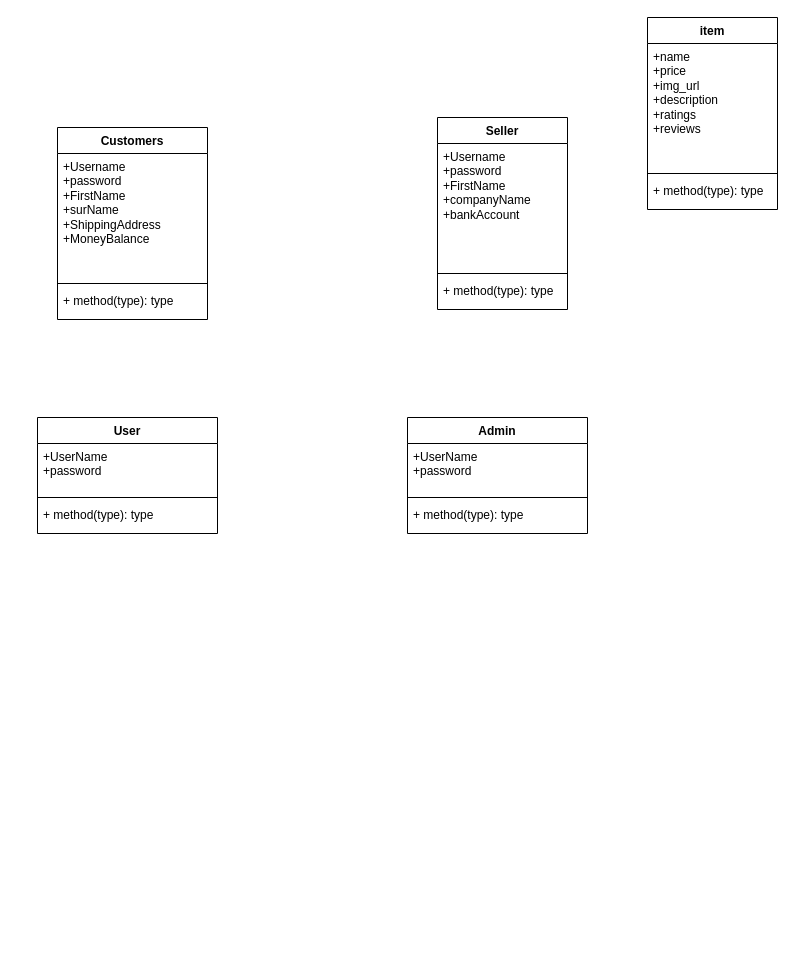
Above: uml_diagram/dji-diagram.drawio in CMPS350-Spring-2024/Phase-1 (draw.io), before the change. Source tidied: cells renumbered, new cells numbered last; positions are measured from the earlier drawing's top-left corner, leaving out a move shared by most shapes. Both pictures are drawn from the tidied source at 100%, with x=0, y=0 at pixel (37, 17).
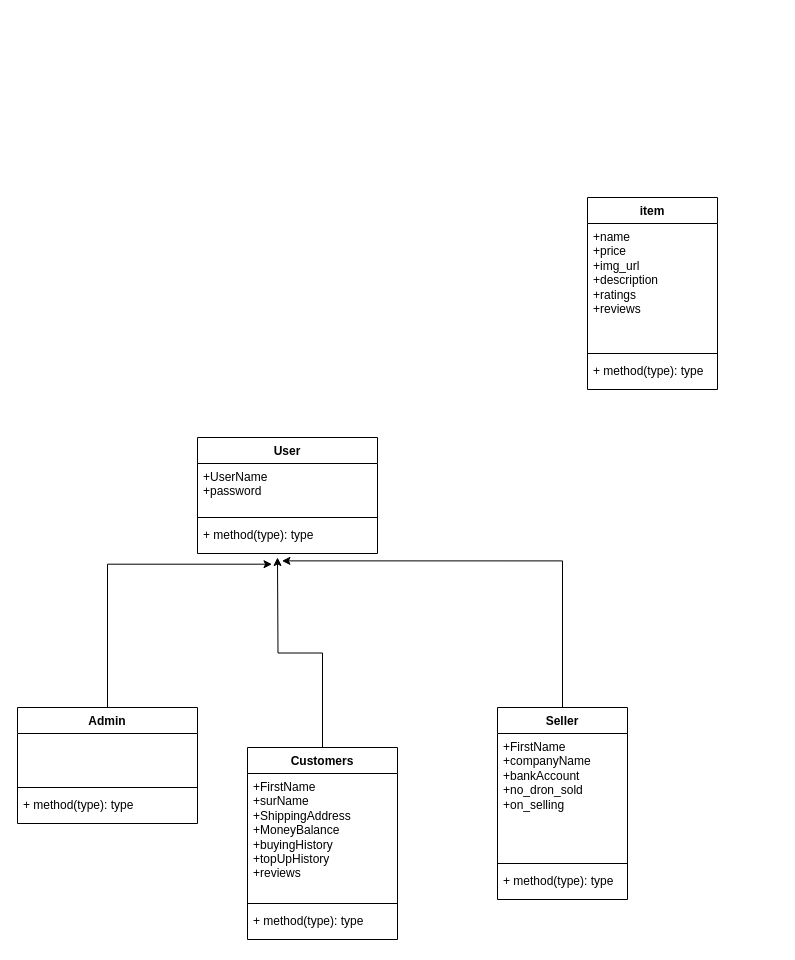
The same diagram, later.

The change refers to these unchanged cells:
```xml
<mxCell id="5" value="+ method(type): type" style="text;strokeColor=none;fillColor=none;align=left;verticalAlign=top;spacingLeft=4;spacingRight=4;overflow=hidden;points=[[0,0.5],[1,0.5]];portConstraint=eastwest;whiteSpace=wrap;html=1;" parent="2" vertex="1">
  <mxGeometry y="84" width="180" height="32" as="geometry" />
</mxCell>
```

Diff of the diagram source:
```diff
@@
     <mxCell id="2" value="User" style="swimlane;fontStyle=1;align=center;verticalAlign=top;horizontal=1;startSize=26;whiteSpace=wrap;html=1;" parent="1" vertex="1">
-      <mxGeometry y="400" width="180" height="116" as="geometry" />
+      <mxGeometry x="160" y="420" width="180" height="116" as="geometry" />
     </mxCell>
@@
+    <mxCell id="22" style="edgeStyle=orthogonalEdgeStyle;rounded=0;jettySize=auto;html=1;exitX=0.5;exitY=0;exitDx=0;exitDy=0;" parent="1" edge="1" source="6">
+      <mxGeometry relative="1" as="geometry">
+        <mxPoint x="240" y="540" as="targetPoint" />
+      </mxGeometry>
+    </mxCell>
     <mxCell id="6" value="Customers" style="swimlane;fontStyle=1;align=center;verticalAlign=top;horizontal=1;startSize=26;whiteSpace=wrap;html=1;" parent="1" vertex="1">
-      <mxGeometry x="20" y="110" width="150" height="192" as="geometry" />
+      <mxGeometry x="210" y="730" width="150" height="192" as="geometry" />
     </mxCell>
-    <mxCell id="7" value="&lt;div&gt;+Username&lt;div&gt;&lt;/div&gt;+password&lt;/div&gt;&lt;div&gt;+FirstName&lt;/div&gt;&lt;div&gt;+surName&lt;/div&gt;&lt;div&gt;+ShippingAddress&lt;/div&gt;&lt;div&gt;+MoneyBalance&lt;/div&gt;&lt;div&gt;&lt;br&gt;&lt;/div&gt;" style="text;strokeColor=none;fillColor=none;align=left;verticalAlign=top;spacingLeft=4;spacingRight=4;overflow=hidden;whiteSpace=wrap;html=1;" parent="6" vertex="1">
+    <mxCell id="7" value="&lt;div&gt;&lt;span style=&quot;background-color: initial;&quot;&gt;+FirstName&lt;/span&gt;&lt;br&gt;&lt;/div&gt;&lt;div&gt;+surName&lt;/div&gt;&lt;div&gt;+ShippingAddress&lt;/div&gt;&lt;div&gt;+MoneyBalance&lt;/div&gt;&lt;div&gt;+buyingHistory&lt;/div&gt;&lt;div&gt;+topUpHistory&lt;/div&gt;&lt;div&gt;+reviews&lt;/div&gt;" style="text;strokeColor=none;fillColor=none;align=left;verticalAlign=top;spacingLeft=4;spacingRight=4;overflow=hidden;whiteSpace=wrap;html=1;" parent="6" vertex="1">
       <mxGeometry y="26" width="150" height="126" as="geometry" />
     </mxCell>
@@
     <mxCell id="10" value="Seller" style="swimlane;fontStyle=1;align=center;verticalAlign=top;horizontal=1;startSize=26;whiteSpace=wrap;html=1;" parent="1" vertex="1">
-      <mxGeometry x="400" y="100" width="130" height="192" as="geometry" />
+      <mxGeometry x="460" y="690" width="130" height="192" as="geometry" />
     </mxCell>
-    <mxCell id="11" value="+Username&lt;div&gt;&lt;div&gt;+password&lt;/div&gt;&lt;div&gt;+FirstName&lt;/div&gt;&lt;div&gt;+companyName&lt;/div&gt;&lt;div&gt;+bankAccount&lt;/div&gt;&lt;div&gt;&lt;br&gt;&lt;/div&gt;&lt;/div&gt;" style="text;strokeColor=none;fillColor=none;align=left;verticalAlign=top;spacingLeft=4;spacingRight=4;overflow=hidden;whiteSpace=wrap;html=1;" parent="10" vertex="1">
+    <mxCell id="11" value="&lt;div&gt;&lt;span style=&quot;background-color: initial;&quot;&gt;+FirstName&lt;/span&gt;&lt;br&gt;&lt;/div&gt;&lt;div&gt;+companyName&lt;/div&gt;&lt;div&gt;+bankAccount&lt;/div&gt;&lt;div&gt;+no_dron_sold&lt;/div&gt;&lt;div&gt;+on_selling&lt;/div&gt;" style="text;strokeColor=none;fillColor=none;align=left;verticalAlign=top;spacingLeft=4;spacingRight=4;overflow=hidden;whiteSpace=wrap;html=1;" parent="10" vertex="1">
       <mxGeometry y="26" width="130" height="126" as="geometry" />
     </mxCell>
@@
     <mxCell id="14" value="Admin" style="swimlane;fontStyle=1;align=center;verticalAlign=top;horizontal=1;startSize=26;whiteSpace=wrap;html=1;" parent="1" vertex="1">
-      <mxGeometry x="370" y="400" width="180" height="116" as="geometry" />
+      <mxGeometry x="-20" y="690" width="180" height="116" as="geometry" />
     </mxCell>
-    <mxCell id="15" value="+UserName&lt;div&gt;+password&lt;/div&gt;&lt;div&gt;&lt;br&gt;&lt;/div&gt;" style="text;strokeColor=none;fillColor=none;align=left;verticalAlign=top;spacingLeft=4;spacingRight=4;overflow=hidden;whiteSpace=wrap;html=1;" parent="14" vertex="1">
+    <mxCell id="15" value="&lt;div&gt;&lt;br&gt;&lt;/div&gt;" style="text;strokeColor=none;fillColor=none;align=left;verticalAlign=top;spacingLeft=4;spacingRight=4;overflow=hidden;whiteSpace=wrap;html=1;" parent="14" vertex="1">
       <mxGeometry y="26" width="180" height="50" as="geometry" />
     </mxCell>
@@
     <mxCell id="18" value="item" style="swimlane;fontStyle=1;align=center;verticalAlign=top;horizontal=1;startSize=26;whiteSpace=wrap;html=1;" parent="1" vertex="1">
-      <mxGeometry x="610" width="130" height="192" as="geometry" />
+      <mxGeometry x="550" y="180" width="130" height="192" as="geometry" />
     </mxCell>
@@
+    <mxCell id="23" style="edgeStyle=orthogonalEdgeStyle;rounded=0;jettySize=auto;html=1;exitX=0.5;exitY=0;exitDx=0;exitDy=0;entryX=0.414;entryY=1.334;entryDx=0;entryDy=0;entryPerimeter=0;" parent="1" edge="1" source="14" target="5">
+      <mxGeometry relative="1" as="geometry" />
+    </mxCell>
+    <mxCell id="24" style="edgeStyle=orthogonalEdgeStyle;rounded=0;jettySize=auto;html=1;exitX=0.5;exitY=0;exitDx=0;exitDy=0;entryX=0.469;entryY=1.231;entryDx=0;entryDy=0;entryPerimeter=0;" parent="1" edge="1" source="10" target="5">
+      <mxGeometry relative="1" as="geometry" />
+    </mxCell>
```
